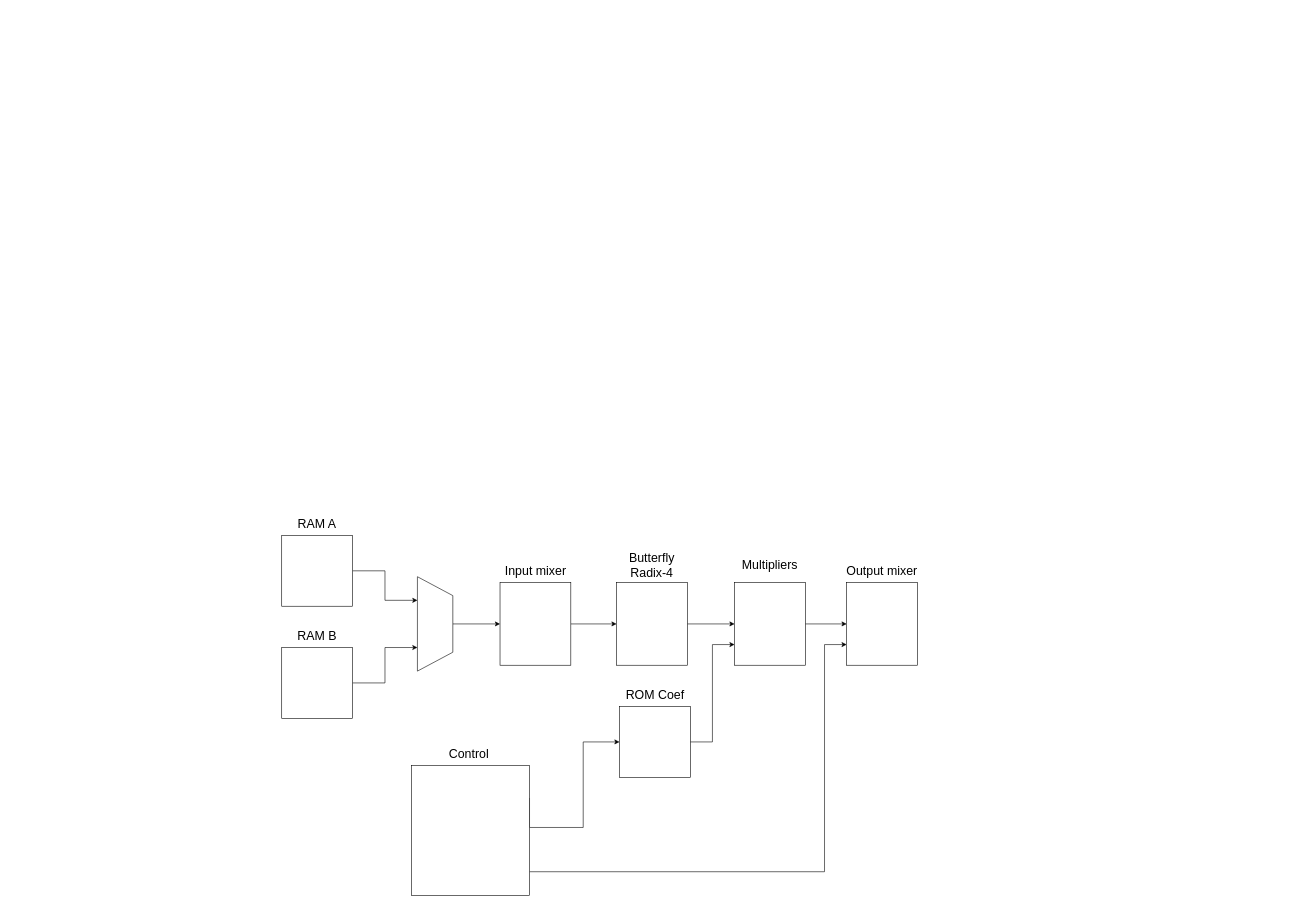
The draw.io diagram docs/fft_arch.drawio in senya1997/FFT, before the edit. Source tidied: cells renumbered, new cells numbered last; positions are measured from the earlier drawing's top-left corner, leaving out a move shared by most shapes. Both pictures are drawn from the tidied source at 59%, with x=0, y=0 at pixel (281, 517).
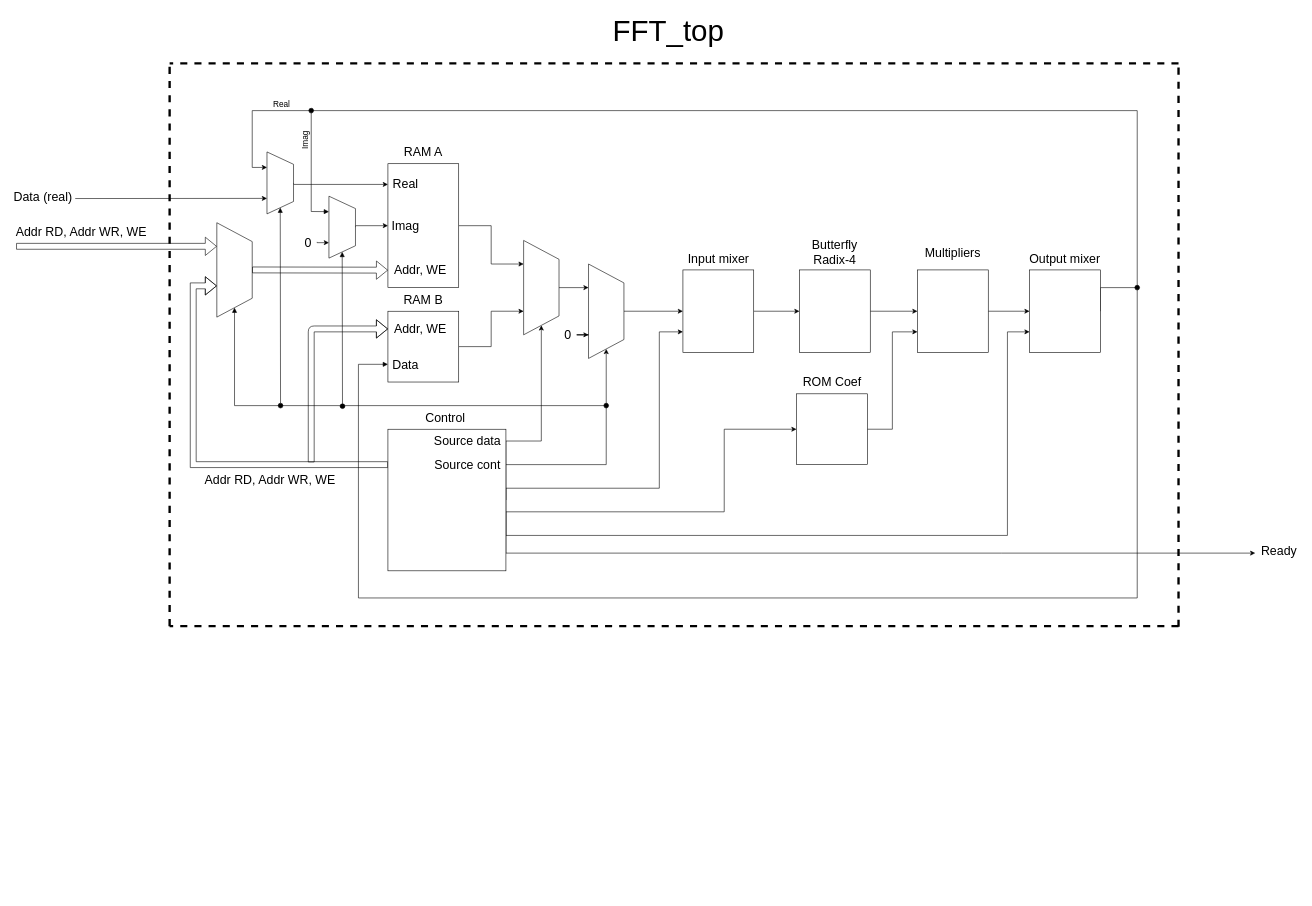
The same page after the edit.

Commit message:
upd draw

The edit, as a diff of the source:
```diff
@@
     <mxCell id="3" style="rounded=0;whiteSpace=wrap;html=1;" parent="1" vertex="1">
-      <mxGeometry y="30" width="120" height="120" as="geometry" />
+      <mxGeometry x="180" y="-600" width="120" height="210" as="geometry" />
     </mxCell>
     <mxCell id="4" value="RAM A" style="text;html=1;strokeColor=none;fillColor=none;align=center;verticalAlign=middle;whiteSpace=wrap;rounded=0;fontSize=21;" parent="1" vertex="1">
-      <mxGeometry x="15" width="90" height="20" as="geometry" />
+      <mxGeometry x="195" y="-630" width="90" height="20" as="geometry" />
     </mxCell>
@@
     <mxCell id="6" style="rounded=0;whiteSpace=wrap;html=1;" parent="1" vertex="1">
-      <mxGeometry y="220" width="120" height="120" as="geometry" />
+      <mxGeometry x="180" y="-350" width="120" height="120" as="geometry" />
     </mxCell>
     <mxCell id="7" value="RAM B" style="text;html=1;strokeColor=none;fillColor=none;align=center;verticalAlign=middle;whiteSpace=wrap;rounded=0;fontSize=21;" parent="1" vertex="1">
-      <mxGeometry x="15" y="190" width="90" height="20" as="geometry" />
+      <mxGeometry x="195" y="-380" width="90" height="20" as="geometry" />
     </mxCell>
-    <mxCell id="8" style="edgeStyle=orthogonalEdgeStyle;rounded=0;jettySize=auto;html=1;exitX=0.5;exitY=0;exitDx=0;exitDy=0;entryX=0;entryY=0.5;entryDx=0;entryDy=0;fontSize=21;" parent="1" edge="1" source="9" target="11">
-      <mxGeometry relative="1" as="geometry" />
-    </mxCell>
+    <mxCell id="28" style="edgeStyle=orthogonalEdgeStyle;rounded=0;jettySize=auto;html=1;exitX=0.5;exitY=0;exitDx=0;exitDy=0;entryX=0.25;entryY=1;entryDx=0;entryDy=0;" parent="1" edge="1" source="9" target="40">
+      <mxGeometry relative="1" as="geometry" />
+    </mxCell>
     <mxCell id="9" style="shape=trapezoid;perimeter=trapezoidPerimeter;whiteSpace=wrap;html=1;fontSize=21;rotation=90;" parent="1" vertex="1">
-      <mxGeometry x="180" y="150" width="160" height="60" as="geometry" />
+      <mxGeometry x="360" y="-420" width="160" height="60" as="geometry" />
     </mxCell>
@@
     <mxCell id="11" style="rounded=0;whiteSpace=wrap;html=1;fontSize=21;" parent="1" vertex="1">
-      <mxGeometry x="370" y="110" width="120" height="140" as="geometry" />
+      <mxGeometry x="680" y="-420" width="120" height="140" as="geometry" />
     </mxCell>
     <mxCell id="12" value="Input mixer" style="text;html=1;strokeColor=none;fillColor=none;align=center;verticalAlign=middle;whiteSpace=wrap;rounded=0;fontSize=21;" parent="1" vertex="1">
-      <mxGeometry x="362.5" y="80" width="135" height="20" as="geometry" />
+      <mxGeometry x="672.5" y="-450" width="135" height="20" as="geometry" />
     </mxCell>
@@
     <mxCell id="14" style="rounded=0;whiteSpace=wrap;html=1;fontSize=21;" parent="1" vertex="1">
-      <mxGeometry x="567.5" y="110" width="120" height="140" as="geometry" />
+      <mxGeometry x="877.5" y="-420" width="120" height="140" as="geometry" />
     </mxCell>
     <mxCell id="15" value="Butterfly Radix-4" style="text;html=1;strokeColor=none;fillColor=none;align=center;verticalAlign=middle;whiteSpace=wrap;rounded=0;fontSize=21;" parent="1" vertex="1">
-      <mxGeometry x="560" y="70" width="135" height="20" as="geometry" />
+      <mxGeometry x="870" y="-460" width="135" height="20" as="geometry" />
     </mxCell>
@@
     <mxCell id="17" style="rounded=0;whiteSpace=wrap;html=1;fontSize=21;" parent="1" vertex="1">
-      <mxGeometry x="767.5" y="110" width="120" height="140" as="geometry" />
+      <mxGeometry x="1077.5" y="-420" width="120" height="140" as="geometry" />
     </mxCell>
     <mxCell id="18" value="Multipliers" style="text;html=1;strokeColor=none;fillColor=none;align=center;verticalAlign=middle;whiteSpace=wrap;rounded=0;fontSize=21;" parent="1" vertex="1">
-      <mxGeometry x="760" y="70" width="135" height="20" as="geometry" />
+      <mxGeometry x="1070" y="-460" width="135" height="20" as="geometry" />
     </mxCell>
+    <mxCell id="29" style="edgeStyle=orthogonalEdgeStyle;rounded=0;jettySize=auto;html=1;exitX=1;exitY=0.5;exitDx=0;exitDy=0;entryX=0.25;entryY=1;entryDx=0;entryDy=0;" parent="1" edge="1" source="19" target="36">
+      <mxGeometry relative="1" as="geometry">
+        <Array as="points">
+          <mxPoint x="1388" y="-390" />
+          <mxPoint x="1450" y="-390" />
+          <mxPoint x="1450" y="-690" />
+          <mxPoint x="-50" y="-690" />
+          <mxPoint x="-50" y="-594" />
+          <mxPoint x="-25" y="-594" />
+        </Array>
+      </mxGeometry>
+    </mxCell>
     <mxCell id="19" style="rounded=0;whiteSpace=wrap;html=1;fontSize=21;" parent="1" vertex="1">
-      <mxGeometry x="957.5" y="110" width="120" height="140" as="geometry" />
+      <mxGeometry x="1267.5" y="-420" width="120" height="140" as="geometry" />
     </mxCell>
     <mxCell id="20" value="Output mixer" style="text;html=1;strokeColor=none;fillColor=none;align=center;verticalAlign=middle;whiteSpace=wrap;rounded=0;fontSize=21;" parent="1" vertex="1">
-      <mxGeometry x="950" y="80" width="135" height="20" as="geometry" />
+      <mxGeometry x="1260" y="-450" width="135" height="20" as="geometry" />
     </mxCell>
@@
     <mxCell id="22" style="rounded=0;whiteSpace=wrap;html=1;" parent="1" vertex="1">
-      <mxGeometry x="572.5" y="320" width="120" height="120" as="geometry" />
+      <mxGeometry x="872.5" y="-210" width="120" height="120" as="geometry" />
     </mxCell>
     <mxCell id="23" value="ROM Coef" style="text;html=1;strokeColor=none;fillColor=none;align=center;verticalAlign=middle;whiteSpace=wrap;rounded=0;fontSize=21;" parent="1" vertex="1">
-      <mxGeometry x="567.5" y="290" width="130" height="20" as="geometry" />
+      <mxGeometry x="867.5" y="-240" width="130" height="20" as="geometry" />
     </mxCell>
+    <mxCell id="25" style="edgeStyle=orthogonalEdgeStyle;rounded=0;jettySize=auto;html=1;entryX=0;entryY=0.75;entryDx=0;entryDy=0;fontSize=21;" parent="1" edge="1" source="26" target="19">
+      <mxGeometry relative="1" as="geometry">
+        <Array as="points">
+          <mxPoint x="1230" y="30" />
+          <mxPoint x="1230" y="-315" />
+        </Array>
+      </mxGeometry>
+    </mxCell>
-    <mxCell id="24" style="edgeStyle=orthogonalEdgeStyle;rounded=0;jettySize=auto;html=1;exitX=1;exitY=0.25;exitDx=0;exitDy=0;entryX=0;entryY=0.5;entryDx=0;entryDy=0;fontSize=21;" parent="1" edge="1" source="26" target="22">
+    <mxCell id="24" style="edgeStyle=orthogonalEdgeStyle;rounded=0;jettySize=auto;html=1;exitX=1;exitY=0.75;exitDx=0;exitDy=0;entryX=0;entryY=0.5;entryDx=0;entryDy=0;" parent="1" edge="1" source="26" target="22">
       <mxGeometry relative="1" as="geometry">
         <Array as="points">
-          <mxPoint x="511" y="525" />
-          <mxPoint x="511" y="380" />
+          <mxPoint x="380" y="-10" />
+          <mxPoint x="750" y="-10" />
+          <mxPoint x="750" y="-150" />
         </Array>
       </mxGeometry>
     </mxCell>
-    <mxCell id="25" style="edgeStyle=orthogonalEdgeStyle;rounded=0;jettySize=auto;html=1;entryX=0;entryY=0.75;entryDx=0;entryDy=0;fontSize=21;" parent="1" edge="1" source="26" target="19">
-      <mxGeometry relative="1" as="geometry">
-        <Array as="points">
-          <mxPoint x="920" y="600" />
-          <mxPoint x="920" y="215" />
-        </Array>
-      </mxGeometry>
-    </mxCell>
+    <mxCell id="30" style="edgeStyle=orthogonalEdgeStyle;rounded=0;jettySize=auto;html=1;exitX=1;exitY=0.5;exitDx=0;exitDy=0;entryX=0;entryY=0.75;entryDx=0;entryDy=0;" parent="1" edge="1" source="26" target="11">
+      <mxGeometry relative="1" as="geometry">
+        <Array as="points">
+          <mxPoint x="380" y="-50" />
+          <mxPoint x="640" y="-50" />
+          <mxPoint x="640" y="-315" />
+        </Array>
+      </mxGeometry>
+    </mxCell>
+    <mxCell id="31" style="edgeStyle=orthogonalEdgeStyle;rounded=0;jettySize=auto;html=1;exitX=1;exitY=0.25;exitDx=0;exitDy=0;entryX=1;entryY=0.5;entryDx=0;entryDy=0;" parent="1" edge="1" source="26" target="9">
+      <mxGeometry relative="1" as="geometry">
+        <Array as="points">
+          <mxPoint x="380" y="-130" />
+          <mxPoint x="440" y="-130" />
+        </Array>
+      </mxGeometry>
+    </mxCell>
+    <mxCell id="32" style="edgeStyle=orthogonalEdgeStyle;rounded=0;jettySize=auto;html=1;entryX=1;entryY=0.5;entryDx=0;entryDy=0;" parent="1" edge="1" target="40">
+      <mxGeometry relative="1" as="geometry">
+        <mxPoint x="380" y="-30" as="sourcePoint" />
+        <Array as="points">
+          <mxPoint x="380" y="-90" />
+          <mxPoint x="550" y="-90" />
+        </Array>
+      </mxGeometry>
+    </mxCell>
+    <mxCell id="33" style="edgeStyle=orthogonalEdgeStyle;rounded=0;jettySize=auto;html=1;exitX=0;exitY=0.25;exitDx=0;exitDy=0;entryX=0.669;entryY=1;entryDx=0;entryDy=0;entryPerimeter=0;strokeWidth=1;fontSize=21;shape=flexArrow;strokeColor=#000000;" parent="1" edge="1" source="26" target="37">
+      <mxGeometry relative="1" as="geometry">
+        <Array as="points">
+          <mxPoint x="-150" y="-90" />
+          <mxPoint x="-150" y="-393" />
+        </Array>
+      </mxGeometry>
+    </mxCell>
+    <mxCell id="34" style="edgeStyle=orthogonalEdgeStyle;rounded=0;jettySize=auto;html=1;exitX=1;exitY=0.5;exitDx=0;exitDy=0;strokeColor=#000000;strokeWidth=1;fontSize=21;" parent="1" edge="1" source="26">
+      <mxGeometry relative="1" as="geometry">
+        <mxPoint x="1650" y="60" as="targetPoint" />
+        <Array as="points">
+          <mxPoint x="380" y="60" />
+          <mxPoint x="1220" y="60" />
+        </Array>
+      </mxGeometry>
+    </mxCell>
     <mxCell id="26" style="rounded=0;whiteSpace=wrap;html=1;fontSize=21;" parent="1" vertex="1">
-      <mxGeometry x="220" y="420" width="200" height="220" as="geometry" />
+      <mxGeometry x="180" y="-150" width="200" height="240" as="geometry" />
     </mxCell>
     <mxCell id="27" value="Control" style="text;html=1;strokeColor=none;fillColor=none;align=center;verticalAlign=middle;whiteSpace=wrap;rounded=0;fontSize=21;" parent="1" vertex="1">
-      <mxGeometry x="250" y="390" width="135" height="20" as="geometry" />
+      <mxGeometry x="210" y="-180" width="135" height="20" as="geometry" />
     </mxCell>
+    <mxCell id="35" style="edgeStyle=orthogonalEdgeStyle;rounded=0;jettySize=auto;html=1;exitX=0.5;exitY=0;exitDx=0;exitDy=0;entryX=0;entryY=0.167;entryDx=0;entryDy=0;entryPerimeter=0;" parent="1" edge="1" source="36" target="3">
+      <mxGeometry relative="1" as="geometry">
+        <Array as="points">
+          <mxPoint x="20" y="-565" />
+        </Array>
+      </mxGeometry>
+    </mxCell>
+    <mxCell id="36" style="shape=trapezoid;perimeter=trapezoidPerimeter;whiteSpace=wrap;html=1;fontSize=21;rotation=90;" parent="1" vertex="1">
+      <mxGeometry x="-55" y="-590" width="105" height="45" as="geometry" />
+    </mxCell>
+    <mxCell id="37" style="shape=trapezoid;perimeter=trapezoidPerimeter;whiteSpace=wrap;html=1;fontSize=21;rotation=90;" parent="1" vertex="1">
+      <mxGeometry x="-160" y="-450" width="160" height="60" as="geometry" />
+    </mxCell>
+    <mxCell id="38" value="Source data" style="text;html=1;strokeColor=none;fillColor=none;align=center;verticalAlign=middle;whiteSpace=wrap;rounded=0;fontSize=21;" parent="1" vertex="1">
+      <mxGeometry x="250" y="-140" width="130" height="20" as="geometry" />
+    </mxCell>
+    <mxCell id="39" style="edgeStyle=orthogonalEdgeStyle;rounded=0;jettySize=auto;html=1;" parent="1" edge="1" source="40" target="11">
+      <mxGeometry relative="1" as="geometry" />
+    </mxCell>
+    <mxCell id="40" style="shape=trapezoid;perimeter=trapezoidPerimeter;whiteSpace=wrap;html=1;fontSize=21;rotation=90;" parent="1" vertex="1">
+      <mxGeometry x="470" y="-380" width="160" height="60" as="geometry" />
+    </mxCell>
+    <mxCell id="41" style="edgeStyle=orthogonalEdgeStyle;rounded=0;jettySize=auto;html=1;entryX=0.75;entryY=1;entryDx=0;entryDy=0;" parent="1" edge="1" source="42" target="40">
+      <mxGeometry relative="1" as="geometry" />
+    </mxCell>
+    <mxCell id="42" value="0" style="text;html=1;strokeColor=none;fillColor=none;align=center;verticalAlign=middle;whiteSpace=wrap;rounded=0;fontSize=21;" parent="1" vertex="1">
+      <mxGeometry x="470" y="-320" width="30" height="20" as="geometry" />
+    </mxCell>
+    <mxCell id="43" value="Source cont" style="text;html=1;strokeColor=none;fillColor=none;align=center;verticalAlign=middle;whiteSpace=wrap;rounded=0;fontSize=21;" parent="1" vertex="1">
+      <mxGeometry x="250" y="-100" width="130" height="20" as="geometry" />
+    </mxCell>
+    <mxCell id="44" style="html=1;verticalAlign=bottom;startArrow=oval;startFill=1;endArrow=block;startSize=8;entryX=1;entryY=0.5;entryDx=0;entryDy=0;rounded=0;" parent="1" edge="1" target="37">
+      <mxGeometry relative="1" as="geometry">
+        <mxPoint x="550" y="-190" as="sourcePoint" />
+        <Array as="points">
+          <mxPoint x="-80" y="-190" />
+        </Array>
+      </mxGeometry>
+    </mxCell>
+    <mxCell id="45" style="html=1;verticalAlign=bottom;startArrow=oval;startFill=1;endArrow=block;startSize=8;entryX=1;entryY=0.5;entryDx=0;entryDy=0;rounded=0;" parent="1" edge="1" target="36">
+      <mxGeometry relative="1" as="geometry">
+        <mxPoint x="-2" y="-190" as="sourcePoint" />
+      </mxGeometry>
+    </mxCell>
+    <mxCell id="46" style="endArrow=classic;html=1;entryX=0.75;entryY=1;entryDx=0;entryDy=0;" parent="1" edge="1" target="36">
+      <mxGeometry relative="1" as="geometry">
+        <mxPoint x="-350" y="-541" as="sourcePoint" />
+      </mxGeometry>
+    </mxCell>
+    <mxCell id="47" style="html=1;verticalAlign=bottom;startArrow=oval;startFill=1;endArrow=block;startSize=8;entryX=0;entryY=0.75;entryDx=0;entryDy=0;rounded=0;" parent="1" edge="1" target="6">
+      <mxGeometry relative="1" as="geometry">
+        <mxPoint x="1450" y="-390" as="sourcePoint" />
+        <Array as="points">
+          <mxPoint x="1450" y="136" />
+          <mxPoint x="130" y="136" />
+          <mxPoint x="130" y="-260" />
+        </Array>
+      </mxGeometry>
+    </mxCell>
+    <mxCell id="48" style="edgeStyle=orthogonalEdgeStyle;rounded=0;jettySize=auto;html=1;exitX=0.5;exitY=0;exitDx=0;exitDy=0;" parent="1" edge="1" source="49" target="3">
+      <mxGeometry relative="1" as="geometry">
+        <Array as="points">
+          <mxPoint x="125" y="-495" />
+        </Array>
+      </mxGeometry>
+    </mxCell>
+    <mxCell id="49" style="shape=trapezoid;perimeter=trapezoidPerimeter;whiteSpace=wrap;html=1;fontSize=21;rotation=90;" parent="1" vertex="1">
+      <mxGeometry x="50" y="-515" width="105" height="45" as="geometry" />
+    </mxCell>
+    <mxCell id="50" style="edgeStyle=orthogonalEdgeStyle;rounded=0;orthogonalLoop=1;jettySize=auto;html=1;exitX=1;exitY=0.5;exitDx=0;exitDy=0;entryX=0.25;entryY=1;entryDx=0;entryDy=0;" parent="1" edge="1">
+      <mxGeometry relative="1" as="geometry">
+        <mxPoint x="60" y="-467.5" as="sourcePoint" />
+        <mxPoint x="80" y="-466.2" as="targetPoint" />
+        <Array as="points">
+          <mxPoint x="60" y="-466.5" />
+        </Array>
+      </mxGeometry>
+    </mxCell>
+    <mxCell id="51" value="0" style="text;html=1;strokeColor=none;fillColor=none;align=center;verticalAlign=middle;whiteSpace=wrap;rounded=0;fontSize=21;" parent="1" vertex="1">
+      <mxGeometry x="30" y="-477.5" width="30" height="20" as="geometry" />
+    </mxCell>
+    <mxCell id="52" style="html=1;verticalAlign=bottom;startArrow=oval;startFill=1;endArrow=block;startSize=8;entryX=1;entryY=0.5;entryDx=0;entryDy=0;rounded=0;" parent="1" edge="1" target="49">
+      <mxGeometry relative="1" as="geometry">
+        <mxPoint x="103" y="-189" as="sourcePoint" />
+      </mxGeometry>
+    </mxCell>
+    <mxCell id="53" value="Real" style="text;html=1;strokeColor=none;fillColor=none;align=center;verticalAlign=middle;whiteSpace=wrap;rounded=0;fontSize=21;" parent="1" vertex="1">
+      <mxGeometry x="180" y="-577.5" width="60" height="20" as="geometry" />
+    </mxCell>
+    <mxCell id="54" value="Imag" style="text;html=1;strokeColor=none;fillColor=none;align=center;verticalAlign=middle;whiteSpace=wrap;rounded=0;fontSize=21;" parent="1" vertex="1">
+      <mxGeometry x="180" y="-505" width="60" height="20" as="geometry" />
+    </mxCell>
+    <mxCell id="55" style="html=1;verticalAlign=bottom;startArrow=oval;startFill=1;endArrow=block;startSize=8;entryX=0.25;entryY=1;entryDx=0;entryDy=0;rounded=0;" parent="1" edge="1" target="49">
+      <mxGeometry relative="1" as="geometry">
+        <mxPoint x="50" y="-690" as="sourcePoint" />
+        <Array as="points">
+          <mxPoint x="50" y="-519" />
+        </Array>
+      </mxGeometry>
+    </mxCell>
+    <mxCell id="56" value="Real" style="text;html=1;strokeColor=none;fillColor=none;align=center;verticalAlign=middle;whiteSpace=wrap;rounded=0;fontSize=14;" parent="1" vertex="1">
+      <mxGeometry x="-30" y="-710" width="60" height="20" as="geometry" />
+    </mxCell>
+    <mxCell id="57" value="Imag" style="text;html=1;strokeColor=none;fillColor=none;align=center;verticalAlign=middle;whiteSpace=wrap;rounded=0;fontSize=14;rotation=-90;" parent="1" vertex="1">
+      <mxGeometry x="10" y="-650" width="60" height="20" as="geometry" />
+    </mxCell>
+    <mxCell id="58" style="shape=flexArrow;endArrow=classic;html=1;fontSize=14;entryX=0.25;entryY=1;entryDx=0;entryDy=0;" parent="1" edge="1" target="37">
+      <mxGeometry relative="1" as="geometry">
+        <mxPoint x="-450" y="-460" as="sourcePoint" />
+      </mxGeometry>
+    </mxCell>
+    <mxCell id="59" style="endArrow=none;html=1;fontSize=14;dashed=1;strokeWidth=4;" parent="1" edge="1">
+      <mxGeometry relative="1" as="geometry">
+        <mxPoint x="-190" y="183.8" as="sourcePoint" />
+        <mxPoint x="-190" y="-766.2" as="targetPoint" />
+      </mxGeometry>
+    </mxCell>
+    <mxCell id="60" style="endArrow=none;html=1;fontSize=14;dashed=1;strokeWidth=4;" parent="1" edge="1">
+      <mxGeometry relative="1" as="geometry">
+        <mxPoint x="1520" y="183.8" as="sourcePoint" />
+        <mxPoint x="-190" y="183.8" as="targetPoint" />
+      </mxGeometry>
+    </mxCell>
+    <mxCell id="61" style="endArrow=none;html=1;fontSize=14;dashed=1;strokeWidth=4;" parent="1" edge="1">
+      <mxGeometry relative="1" as="geometry">
+        <mxPoint x="1520" y="-770" as="sourcePoint" />
+        <mxPoint x="-190" y="-770" as="targetPoint" />
+      </mxGeometry>
+    </mxCell>
+    <mxCell id="62" style="endArrow=none;html=1;fontSize=14;dashed=1;strokeWidth=4;" parent="1" edge="1">
+      <mxGeometry relative="1" as="geometry">
+        <mxPoint x="1520" y="185" as="sourcePoint" />
+        <mxPoint x="1520" y="-765" as="targetPoint" />
+      </mxGeometry>
+    </mxCell>
+    <mxCell id="63" value="&lt;font style=&quot;font-size: 50px;&quot;&gt;FFT_top&lt;/font&gt;" style="text;html=1;align=center;verticalAlign=middle;fontSize=50;" parent="1" vertex="1">
+      <mxGeometry x="555" y="-860" width="200" height="70" as="geometry" />
+    </mxCell>
+    <mxCell id="64" value="Data (real)" style="text;html=1;align=center;verticalAlign=middle;fontSize=21;" parent="1" vertex="1">
+      <mxGeometry x="-460" y="-560" width="110" height="30" as="geometry" />
+    </mxCell>
+    <mxCell id="65" value="Addr RD, Addr WR, WE" style="text;html=1;align=center;verticalAlign=middle;fontSize=21;" parent="1" vertex="1">
+      <mxGeometry x="-460" y="-500" width="240" height="30" as="geometry" />
+    </mxCell>
+    <mxCell id="66" value="Addr RD, Addr WR, WE" style="text;html=1;align=center;verticalAlign=middle;fontSize=21;" parent="1" vertex="1">
+      <mxGeometry x="-140" y="-80" width="240" height="30" as="geometry" />
+    </mxCell>
+    <mxCell id="67" value="Ready" style="text;html=1;align=center;verticalAlign=middle;fontSize=21;" parent="1" vertex="1">
+      <mxGeometry x="1650" y="40" width="80" height="30" as="geometry" />
+    </mxCell>
+    <mxCell id="68" style="endArrow=classic;html=1;strokeColor=#000000;strokeWidth=1;fontSize=21;shape=flexArrow;entryX=0;entryY=0.25;entryDx=0;entryDy=0;width=10;" parent="1" edge="1" target="6">
+      <mxGeometry relative="1" as="geometry">
+        <mxPoint x="50" y="-94" as="sourcePoint" />
+        <Array as="points">
+          <mxPoint x="50" y="-320" />
+        </Array>
+      </mxGeometry>
+    </mxCell>
+    <mxCell id="69" style="shape=flexArrow;endArrow=classic;html=1;fontSize=14;" parent="1" edge="1">
+      <mxGeometry relative="1" as="geometry">
+        <mxPoint x="-50" y="-420" as="sourcePoint" />
+        <mxPoint x="180" y="-419.6" as="targetPoint" />
+      </mxGeometry>
+    </mxCell>
+    <mxCell id="70" value="Addr, WE" style="text;html=1;strokeColor=none;fillColor=none;align=center;verticalAlign=middle;whiteSpace=wrap;rounded=0;fontSize=21;" parent="1" vertex="1">
+      <mxGeometry x="180" y="-430" width="110" height="20" as="geometry" />
+    </mxCell>
+    <mxCell id="71" value="Addr, WE" style="text;html=1;strokeColor=none;fillColor=none;align=center;verticalAlign=middle;whiteSpace=wrap;rounded=0;fontSize=21;" parent="1" vertex="1">
+      <mxGeometry x="180" y="-330" width="110" height="20" as="geometry" />
+    </mxCell>
+    <mxCell id="72" value="Data" style="text;html=1;strokeColor=none;fillColor=none;align=center;verticalAlign=middle;whiteSpace=wrap;rounded=0;fontSize=21;" parent="1" vertex="1">
+      <mxGeometry x="180" y="-270" width="60" height="20" as="geometry" />
+    </mxCell>
```
